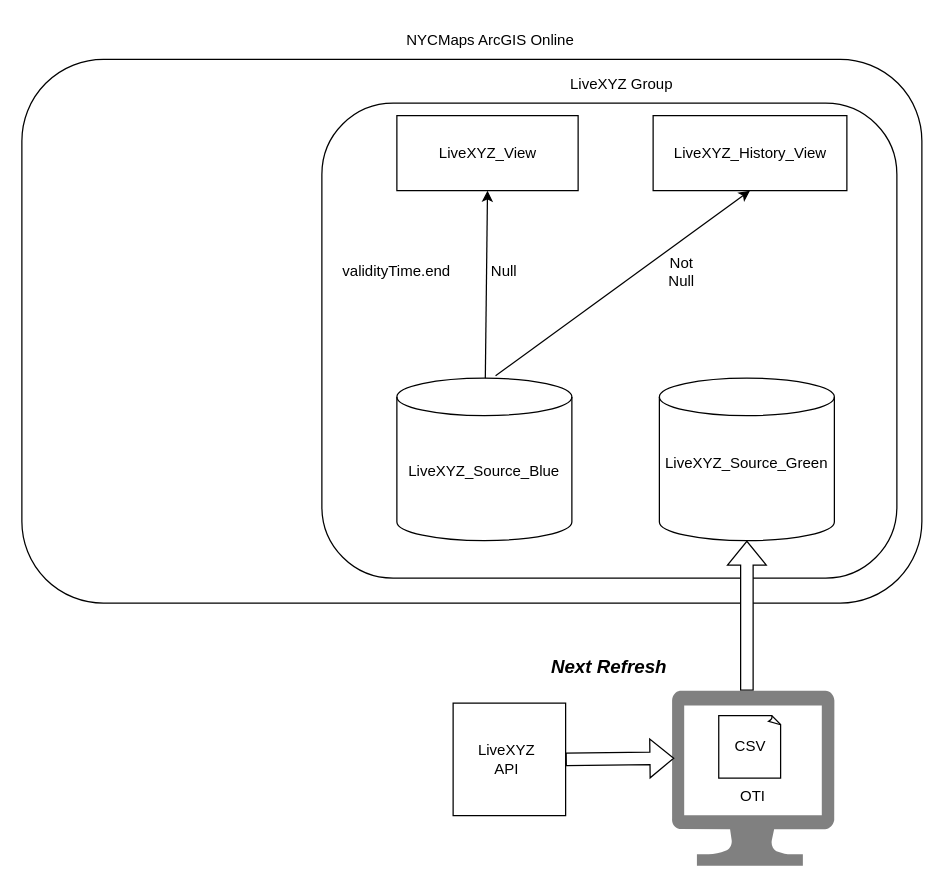
The draw.io diagram doc/sketch.drawio in mattyschell/agol_pub_livexyz, before the edit. Source tidied: cells renumbered, new cells numbered last; positions are measured from the earlier drawing's top-left corner, leaving out a move shared by most shapes. Both pictures are drawn from the tidied source at 125%, with x=0, y=0 at pixel (21, 21).
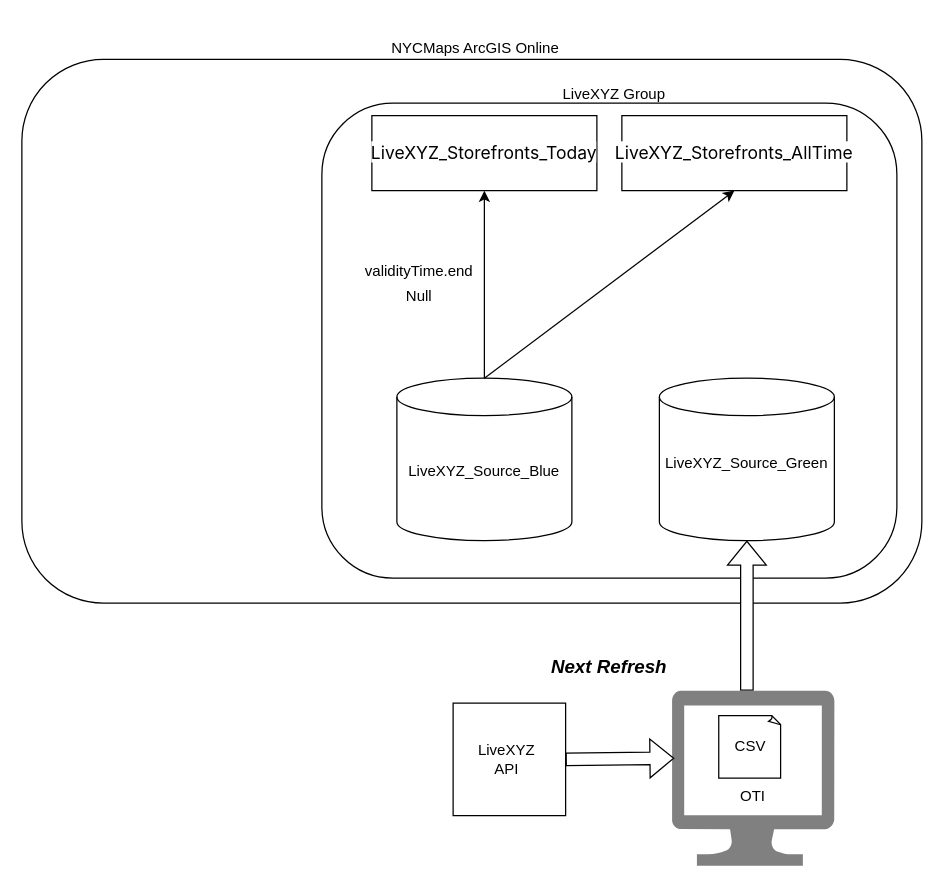
The same diagram, later.

Commit message (it also covers changes not shown here):
updates diagrams addresses #7

The change refers to these unchanged cells:
```xml
<mxCell id="4" style="shape=cylinder3;whiteSpace=wrap;html=1;boundedLbl=1;backgroundOutline=1;size=15;" parent="1" vertex="1">
  <mxGeometry x="300" y="285" width="140" height="130" as="geometry" />
</mxCell>
```

The edit, as a diff of the source:
```diff
@@
     <mxCell id="8" style="rounded=0;whiteSpace=wrap;html=1;" parent="1" vertex="1">
-      <mxGeometry x="300" y="75" width="145" height="60" as="geometry" />
+      <mxGeometry x="280" y="75" width="180" height="60" as="geometry" />
     </mxCell>
-    <mxCell id="9" value="LiveXYZ_View" style="text;html=1;whiteSpace=wrap;strokeColor=none;fillColor=none;align=center;verticalAlign=middle;rounded=0;" parent="1" vertex="1">
-      <mxGeometry x="342.5" y="90" width="60" height="30" as="geometry" />
+    <mxCell id="9" value="&lt;span style=&quot;font-family: &amp;quot;Mona Sans VF&amp;quot;, -apple-system, BlinkMacSystemFont, &amp;quot;Segoe UI&amp;quot;, &amp;quot;Noto Sans&amp;quot;, Helvetica, Arial, sans-serif, &amp;quot;Apple Color Emoji&amp;quot;, &amp;quot;Segoe UI Emoji&amp;quot;; font-size: 14px; text-align: start; background-color: rgb(255, 255, 255);&quot;&gt;LiveXYZ_Storefronts_Today&lt;/span&gt;" style="text;html=1;whiteSpace=wrap;strokeColor=none;fillColor=none;align=center;verticalAlign=middle;rounded=0;fontColor=light-dark(#000000,#66B2FF);" parent="1" vertex="1">
+      <mxGeometry x="339.5" y="90" width="60" height="30" as="geometry" />
     </mxCell>
     <mxCell id="10" style="rounded=0;whiteSpace=wrap;html=1;" parent="1" vertex="1">
-      <mxGeometry x="505" y="75" width="155" height="60" as="geometry" />
+      <mxGeometry x="480" y="75" width="180" height="60" as="geometry" />
     </mxCell>
-    <mxCell id="11" value="LiveXYZ_History_View" style="text;html=1;whiteSpace=wrap;strokeColor=none;fillColor=none;align=center;verticalAlign=middle;rounded=0;" parent="1" vertex="1">
-      <mxGeometry x="552.5" y="90" width="60" height="30" as="geometry" />
+    <mxCell id="11" value="&lt;span style=&quot;font-family: &amp;quot;Mona Sans VF&amp;quot;, -apple-system, BlinkMacSystemFont, &amp;quot;Segoe UI&amp;quot;, &amp;quot;Noto Sans&amp;quot;, Helvetica, Arial, sans-serif, &amp;quot;Apple Color Emoji&amp;quot;, &amp;quot;Segoe UI Emoji&amp;quot;; font-size: 14px; text-align: start; background-color: rgb(255, 255, 255);&quot;&gt;LiveXYZ_Storefronts_AllTime&lt;/span&gt;" style="text;html=1;whiteSpace=wrap;strokeColor=none;fillColor=none;align=center;verticalAlign=middle;rounded=0;fontColor=light-dark(#000000,#66B2FF);" parent="1" vertex="1">
+      <mxGeometry x="539.5" y="90" width="60" height="30" as="geometry" />
     </mxCell>
-    <mxCell id="12" style="endArrow=classic;html=1;rounded=0;entryX=0.5;entryY=1;entryDx=0;entryDy=0;exitX=0.564;exitY=-0.015;exitDx=0;exitDy=0;exitPerimeter=0;" parent="1" edge="1" source="4" target="10">
+    <mxCell id="12" style="endArrow=classic;html=1;rounded=0;entryX=0.5;entryY=1;entryDx=0;entryDy=0;exitX=0.5;exitY=0;exitDx=0;exitDy=0;exitPerimeter=0;" parent="1" edge="1" source="4" target="10">
       <mxGeometry relative="1" as="geometry" />
     </mxCell>
@@
     <mxCell id="14" value="validityTime.end" style="text;html=1;whiteSpace=wrap;strokeColor=none;fillColor=none;align=center;verticalAlign=middle;rounded=0;" parent="1" vertex="1">
-      <mxGeometry x="270" y="185" width="60" height="30" as="geometry" />
+      <mxGeometry x="288" y="185" width="60" height="30" as="geometry" />
     </mxCell>
-    <mxCell id="15" value="Not&lt;div&gt;Null&lt;/div&gt;" style="text;html=1;whiteSpace=wrap;strokeColor=none;fillColor=none;align=center;verticalAlign=middle;rounded=0;" parent="1" vertex="1">
-      <mxGeometry x="497.5" y="185" width="60" height="30" as="geometry" />
-    </mxCell>
     <mxCell id="16" value="Null" style="text;html=1;whiteSpace=wrap;strokeColor=none;fillColor=none;align=center;verticalAlign=middle;rounded=0;" parent="1" vertex="1">
-      <mxGeometry x="356" y="185" width="60" height="30" as="geometry" />
+      <mxGeometry x="288" y="205" width="60" height="30" as="geometry" />
     </mxCell>
     <mxCell id="17" value="NYCMaps ArcGIS Online" style="text;html=1;whiteSpace=wrap;strokeColor=none;fillColor=none;align=center;verticalAlign=middle;rounded=0;" parent="1" vertex="1">
-      <mxGeometry x="300" width="150" height="30" as="geometry" />
+      <mxGeometry x="288" y="6" width="150" height="30" as="geometry" />
     </mxCell>
     <mxCell id="18" value="LiveXYZ Group" style="text;html=1;whiteSpace=wrap;strokeColor=none;fillColor=none;align=center;verticalAlign=middle;rounded=0;" parent="1" vertex="1">
-      <mxGeometry x="420" y="35" width="120" height="30" as="geometry" />
+      <mxGeometry x="414" y="43" width="120" height="30" as="geometry" />
     </mxCell>
```
